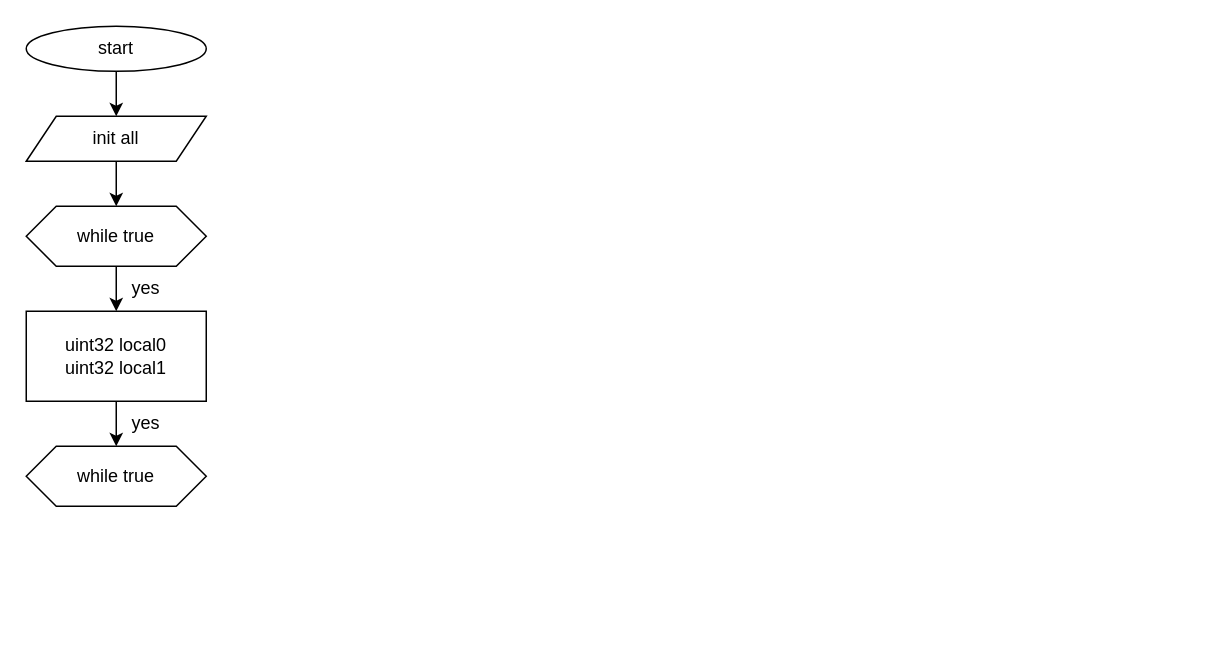
This is block_diagram/rx.drawio from gev/reacthome-firmware, a draw.io file, before an edit. Source tidied: cells renumbered, new cells numbered last; positions are measured from the earlier drawing's top-left corner, leaving out a move shared by most shapes. Both pictures are drawn from the tidied source at 150%, with x=0, y=0 at pixel (26, 26).
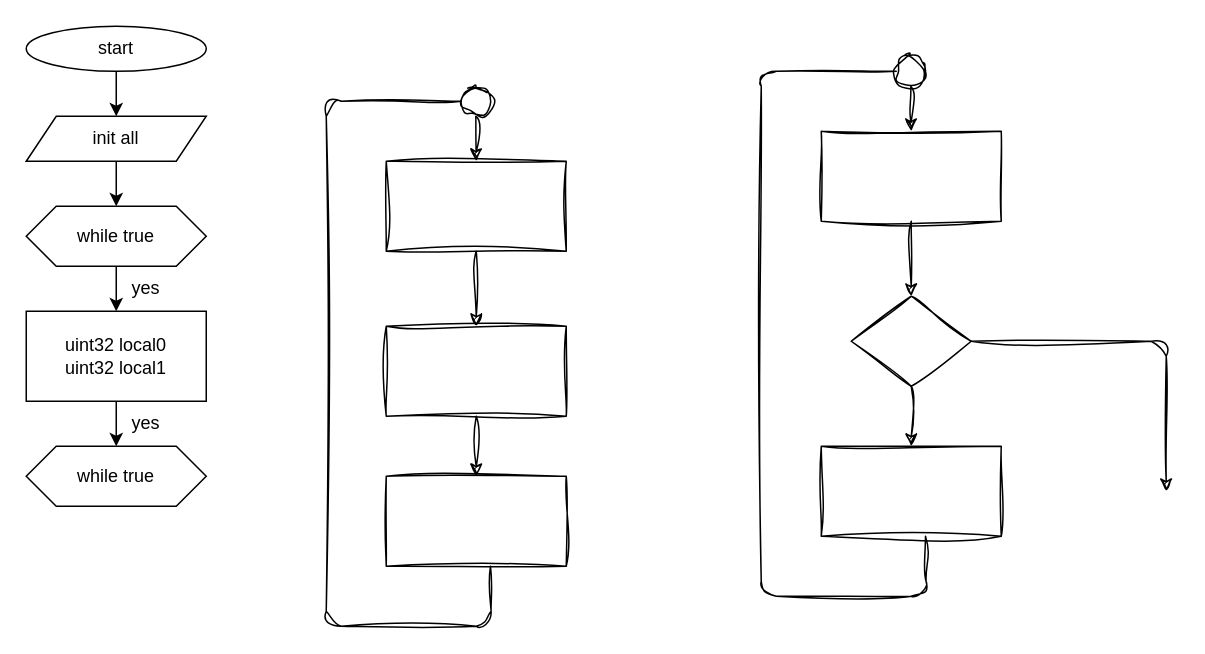
The same diagram, later.

Commit message:
scheme samples

The edit, as a diff of the source:
```diff
@@
+    <mxCell id="13" style="rounded=0;whiteSpace=wrap;html=1;sketch=1;hachureGap=4;jiggle=2;curveFitting=1;fontFamily=Architects Daughter;fontSize=20;" parent="1" vertex="1">
+      <mxGeometry x="240" y="90" width="120" height="60" as="geometry" />
+    </mxCell>
+    <mxCell id="14" style="rounded=0;whiteSpace=wrap;html=1;sketch=1;hachureGap=4;jiggle=2;curveFitting=1;fontFamily=Architects Daughter;fontSize=20;" parent="1" vertex="1">
+      <mxGeometry x="240" y="300" width="120" height="60" as="geometry" />
+    </mxCell>
+    <mxCell id="15" style="rounded=0;whiteSpace=wrap;html=1;sketch=1;hachureGap=4;jiggle=2;curveFitting=1;fontFamily=Architects Daughter;fontSize=20;" parent="1" vertex="1">
+      <mxGeometry x="240" y="200" width="120" height="60" as="geometry" />
+    </mxCell>
+    <mxCell id="16" style="endArrow=classic;html=1;sketch=1;hachureGap=4;jiggle=2;curveFitting=1;fontFamily=Architects Daughter;fontSize=16;entryX=0.5;entryY=0;entryDx=0;entryDy=0;exitX=0.5;exitY=1;exitDx=0;exitDy=0;" parent="1" edge="1" source="13" target="15">
+      <mxGeometry relative="1" as="geometry" />
+    </mxCell>
+    <mxCell id="17" style="endArrow=classic;html=1;sketch=1;hachureGap=4;jiggle=2;curveFitting=1;fontFamily=Architects Daughter;fontSize=16;" parent="1" edge="1">
+      <mxGeometry relative="1" as="geometry">
+        <mxPoint x="300" y="260" as="sourcePoint" />
+        <mxPoint x="300" y="300" as="targetPoint" />
+      </mxGeometry>
+    </mxCell>
+    <mxCell id="18" style="ellipse;whiteSpace=wrap;html=1;sketch=1;hachureGap=4;jiggle=2;curveFitting=1;fontFamily=Architects Daughter;fontSize=20;" parent="1" vertex="1">
+      <mxGeometry x="290" y="40" width="20" height="20" as="geometry" />
+    </mxCell>
+    <mxCell id="19" style="endArrow=none;html=1;sketch=1;hachureGap=4;jiggle=2;curveFitting=1;fontFamily=Architects Daughter;fontSize=16;exitX=0;exitY=0.5;exitDx=0;exitDy=0;" parent="1" edge="1" source="18">
+      <mxGeometry relative="1" as="geometry">
+        <mxPoint x="309.5" y="360" as="targetPoint" />
+        <Array as="points">
+          <mxPoint x="200" y="50" />
+          <mxPoint x="200" y="400" />
+          <mxPoint x="310" y="400" />
+        </Array>
+      </mxGeometry>
+    </mxCell>
+    <mxCell id="20" style="endArrow=classic;html=1;sketch=1;hachureGap=4;jiggle=2;curveFitting=1;fontFamily=Architects Daughter;fontSize=16;exitX=0.5;exitY=1;exitDx=0;exitDy=0;" parent="1" edge="1">
+      <mxGeometry relative="1" as="geometry">
+        <mxPoint x="299.7" y="60" as="sourcePoint" />
+        <mxPoint x="300" y="90" as="targetPoint" />
+      </mxGeometry>
+    </mxCell>
+    <mxCell id="21" style="rounded=0;whiteSpace=wrap;html=1;sketch=1;hachureGap=4;jiggle=2;curveFitting=1;fontFamily=Architects Daughter;fontSize=20;" parent="1" vertex="1">
+      <mxGeometry x="530" y="70" width="120" height="60" as="geometry" />
+    </mxCell>
+    <mxCell id="22" style="rounded=0;whiteSpace=wrap;html=1;sketch=1;hachureGap=4;jiggle=2;curveFitting=1;fontFamily=Architects Daughter;fontSize=20;" parent="1" vertex="1">
+      <mxGeometry x="530" y="280" width="120" height="60" as="geometry" />
+    </mxCell>
+    <mxCell id="23" style="endArrow=classic;html=1;sketch=1;hachureGap=4;jiggle=2;curveFitting=1;fontFamily=Architects Daughter;fontSize=16;entryX=0.5;entryY=0;entryDx=0;entryDy=0;exitX=0.5;exitY=1;exitDx=0;exitDy=0;" parent="1" edge="1" source="21">
+      <mxGeometry relative="1" as="geometry">
+        <mxPoint x="590" y="180" as="targetPoint" />
+      </mxGeometry>
+    </mxCell>
+    <mxCell id="24" style="endArrow=classic;html=1;sketch=1;hachureGap=4;jiggle=2;curveFitting=1;fontFamily=Architects Daughter;fontSize=16;" parent="1" edge="1">
+      <mxGeometry relative="1" as="geometry">
+        <mxPoint x="590" y="240" as="sourcePoint" />
+        <mxPoint x="590" y="280" as="targetPoint" />
+      </mxGeometry>
+    </mxCell>
+    <mxCell id="25" style="ellipse;whiteSpace=wrap;html=1;sketch=1;hachureGap=4;jiggle=2;curveFitting=1;fontFamily=Architects Daughter;fontSize=20;" parent="1" vertex="1">
+      <mxGeometry x="580" y="20" width="20" height="20" as="geometry" />
+    </mxCell>
+    <mxCell id="26" style="endArrow=none;html=1;sketch=1;hachureGap=4;jiggle=2;curveFitting=1;fontFamily=Architects Daughter;fontSize=16;exitX=0;exitY=0.5;exitDx=0;exitDy=0;" parent="1" edge="1" source="25">
+      <mxGeometry relative="1" as="geometry">
+        <mxPoint x="599.5" y="340" as="targetPoint" />
+        <Array as="points">
+          <mxPoint x="490" y="30" />
+          <mxPoint x="490" y="380" />
+          <mxPoint x="600" y="380" />
+        </Array>
+      </mxGeometry>
+    </mxCell>
+    <mxCell id="27" style="endArrow=classic;html=1;sketch=1;hachureGap=4;jiggle=2;curveFitting=1;fontFamily=Architects Daughter;fontSize=16;exitX=0.5;exitY=1;exitDx=0;exitDy=0;" parent="1" edge="1">
+      <mxGeometry relative="1" as="geometry">
+        <mxPoint x="589.7" y="40" as="sourcePoint" />
+        <mxPoint x="590" y="70" as="targetPoint" />
+      </mxGeometry>
+    </mxCell>
+    <mxCell id="28" style="rhombus;whiteSpace=wrap;html=1;sketch=1;hachureGap=4;jiggle=2;curveFitting=1;fontFamily=Architects Daughter;fontSize=20;" parent="1" vertex="1">
+      <mxGeometry x="550" y="180" width="80" height="60" as="geometry" />
+    </mxCell>
+    <mxCell id="29" style="endArrow=classic;html=1;sketch=1;hachureGap=4;jiggle=2;curveFitting=1;fontFamily=Architects Daughter;fontSize=16;" parent="1" edge="1">
+      <mxGeometry relative="1" as="geometry">
+        <mxPoint x="630" y="210" as="sourcePoint" />
+        <mxPoint x="760" y="310" as="targetPoint" />
+        <Array as="points">
+          <mxPoint x="760" y="210" />
+        </Array>
+      </mxGeometry>
+    </mxCell>
```
